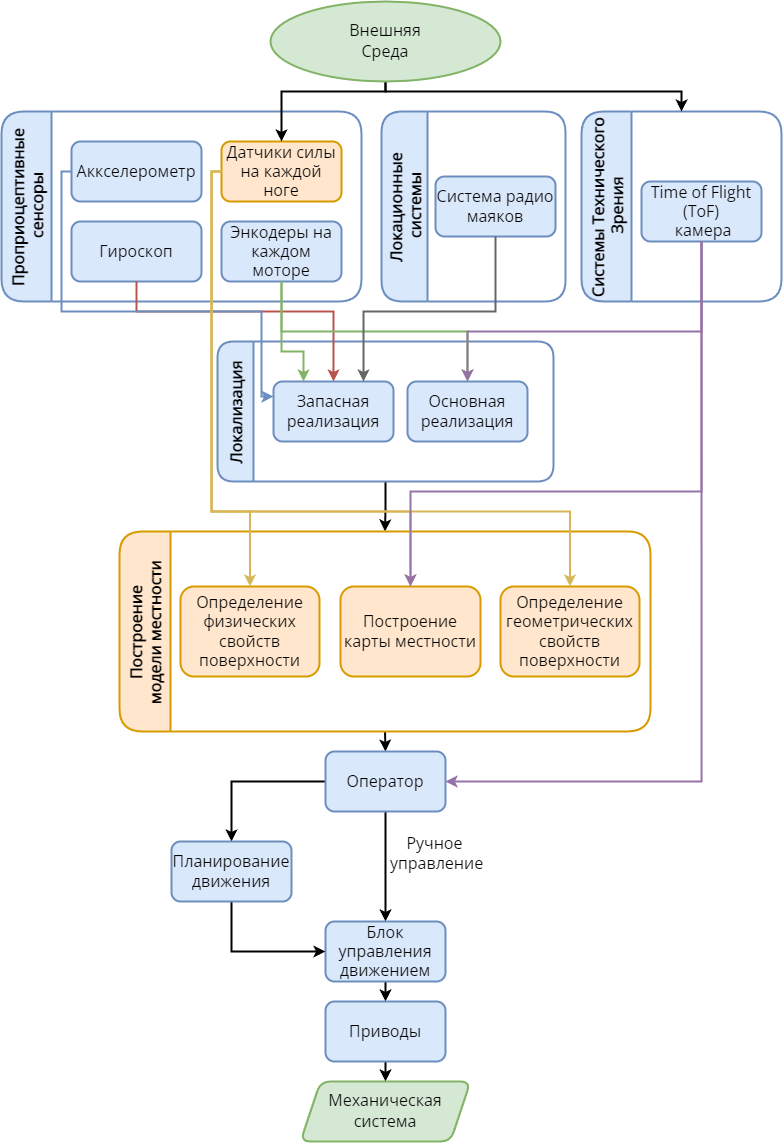
Above: images/main_diag.drawio.png in Lupasic/PhD-thesis-Tactile-sensing-method-development (draw.io), before the change. Source tidied: cells renumbered, new cells last; positions are measured from the earlier drawing's top-left corner, leaving out a move shared by most shapes.
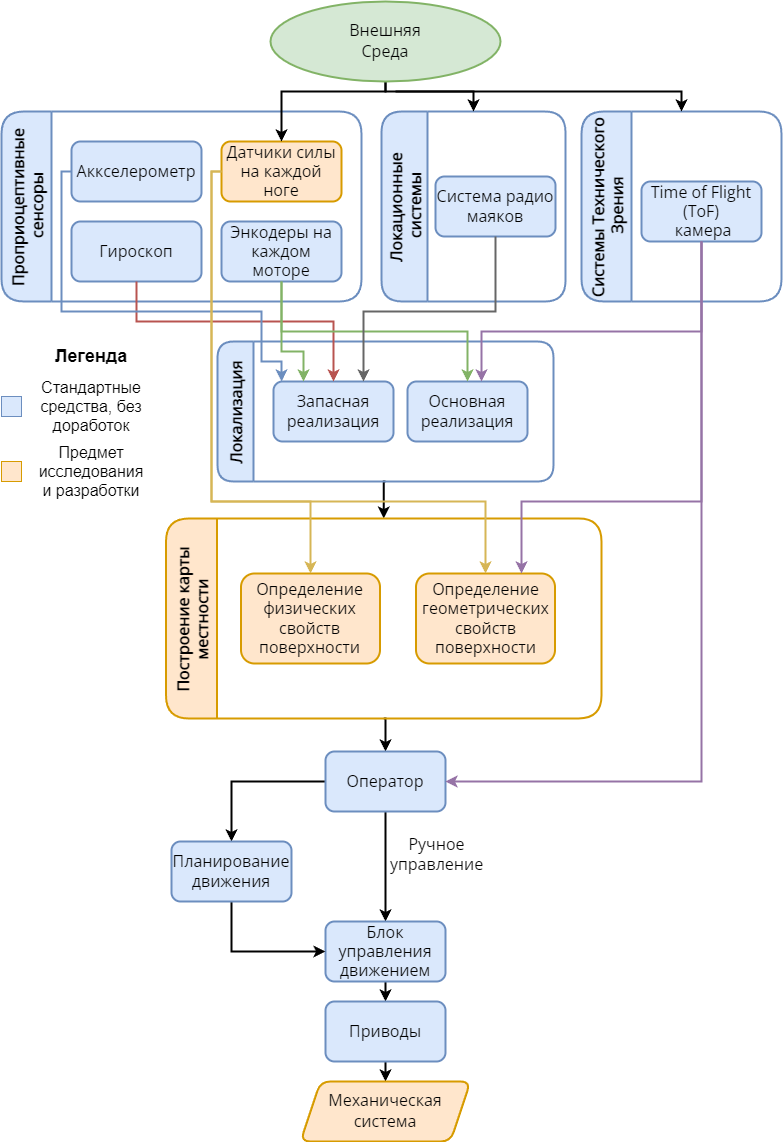
The same file after the commit.

Diff of the diagram source:
```diff
@@ -11,7 +11,7 @@
     <mxCell id="4" value="Аккселерометр" style="rounded=1;whiteSpace=wrap;html=1;strokeWidth=2;shadow=0;sketch=0;fontFamily=Open Sans;fontSource=https%3A%2F%2Ffonts.googleapis.com%2Fcss%3Ffamily%3DOpen%2BSans;fontSize=16;fillColor=#dae8fc;strokeColor=#6c8ebf;" parent="2" vertex="1">
       <mxGeometry x="70" y="30" width="130" height="60" as="geometry" />
     </mxCell>
-    <mxCell id="5" value="Гироскоп" style="rounded=1;whiteSpace=wrap;html=1;strokeWidth=2;shadow=0;sketch=0;fontFamily=Open Sans;fontSource=https%3A%2F%2Ffonts.googleapis.com%2Fcss%3Ffamily%3DOpen%2BSans;fontSize=16;fillColor=#dae8fc;strokeColor=#6c8ebf;" parent="2" vertex="1">
+    <mxCell id="5" value="Гироскоп" style="rounded=1;whiteSpace=wrap;html=1;strokeWidth=2;shadow=0;sketch=0;fontFamily=Open Sans;fontSource=https%3A%2F%2Ffonts.googleapis.com%2Fcss%3Ffamily%3DOpen%2BSans;fontSize=16;fillColor=#DAE8FC;strokeColor=#6C8EBF;" parent="2" vertex="1">
       <mxGeometry x="70" y="110" width="130" height="60" as="geometry" />
     </mxCell>
     <mxCell id="6" value="Энкодеры на каждом моторе" style="rounded=1;whiteSpace=wrap;html=1;strokeWidth=2;shadow=0;sketch=0;fontFamily=Open Sans;fontSource=https%3A%2F%2Ffonts.googleapis.com%2Fcss%3Ffamily%3DOpen%2BSans;fontSize=16;fillColor=#dae8fc;strokeColor=#6c8ebf;" parent="2" vertex="1">
@@ -44,17 +44,14 @@
     <mxCell id="15" style="edgeStyle=orthogonalEdgeStyle;rounded=0;jettySize=auto;html=1;exitX=0.5;exitY=1;exitDx=0;exitDy=0;entryX=0.5;entryY=0;entryDx=0;entryDy=0;fontFamily=Garamond;fontSize=16;strokeWidth=2;" parent="1" edge="1" source="16" target="23">
       <mxGeometry relative="1" as="geometry" />
     </mxCell>
-    <mxCell id="16" value="Построение &#10;модели местности" style="swimlane;horizontal=0;strokeWidth=2;rounded=1;shadow=0;sketch=0;fontFamily=Open Sans;fontSource=https%3A%2F%2Ffonts.googleapis.com%2Fcss%3Ffamily%3DOpen%2BSans;fontSize=16;startSize=51;fillColor=#ffe6cc;strokeColor=#d79b00;" parent="1" vertex="1">
-      <mxGeometry x="118" y="530" width="531" height="200" as="geometry" />
+    <mxCell id="16" value="Построение карты&#10;местности" style="swimlane;horizontal=0;strokeWidth=2;rounded=1;shadow=0;sketch=0;fontFamily=Open Sans;fontSource=https%3A%2F%2Ffonts.googleapis.com%2Fcss%3Ffamily%3DOpen%2BSans;fontSize=16;startSize=51;fillColor=#ffe6cc;strokeColor=#d79b00;" parent="1" vertex="1">
+      <mxGeometry x="164.5" y="517" width="435.5" height="200" as="geometry" />
     </mxCell>
-    <mxCell id="17" value="Построение карты местности" style="rounded=1;whiteSpace=wrap;html=1;strokeWidth=2;shadow=0;sketch=0;fontFamily=Open Sans;fontSource=https%3A%2F%2Ffonts.googleapis.com%2Fcss%3Ffamily%3DOpen%2BSans;fontSize=16;fillColor=#ffe6cc;strokeColor=#d79b00;" parent="16" vertex="1">
-      <mxGeometry x="221" y="55" width="140" height="90" as="geometry" />
-    </mxCell>
     <mxCell id="18" value="Определение геометрических свойств поверхности" style="rounded=1;whiteSpace=wrap;html=1;strokeWidth=2;shadow=0;sketch=0;fontFamily=Open Sans;fontSource=https%3A%2F%2Ffonts.googleapis.com%2Fcss%3Ffamily%3DOpen%2BSans;fontSize=16;fillColor=#ffe6cc;strokeColor=#d79b00;" parent="16" vertex="1">
-      <mxGeometry x="381" y="55" width="139" height="90" as="geometry" />
+      <mxGeometry x="250" y="55" width="139" height="90" as="geometry" />
     </mxCell>
-    <mxCell id="19" value="Определение физических свойств поверхности" style="rounded=1;whiteSpace=wrap;html=1;strokeWidth=2;shadow=0;sketch=0;fontFamily=Open Sans;fontSource=https%3A%2F%2Ffonts.googleapis.com%2Fcss%3Ffamily%3DOpen%2BSans;fontSize=16;fillColor=#ffe6cc;strokeColor=#d79b00;" parent="16" vertex="1">
-      <mxGeometry x="61" y="55" width="139" height="90" as="geometry" />
+    <mxCell id="19" value="Определение физических свойств поверхности" style="rounded=1;whiteSpace=wrap;html=1;strokeWidth=2;shadow=0;sketch=0;fontFamily=Open Sans;fontSource=https%3A%2F%2Ffonts.googleapis.com%2Fcss%3Ffamily%3DOpen%2BSans;fontSize=16;fillColor=#FFE6CC;strokeColor=#D79B00;" parent="16" vertex="1">
+      <mxGeometry x="75" y="55" width="139" height="90" as="geometry" />
     </mxCell>
     <mxCell id="20" style="edgeStyle=orthogonalEdgeStyle;rounded=0;jettySize=auto;html=1;exitX=0.5;exitY=1;exitDx=0;exitDy=0;fontFamily=Garamond;fontSize=16;strokeWidth=2;" parent="1" edge="1" source="23" target="25">
       <mxGeometry relative="1" as="geometry" />
@@ -107,24 +104,25 @@
     <mxCell id="32" value="&lt;span style=&quot;font-family: &amp;quot;Open Sans&amp;quot;;&quot;&gt;Внешняя&lt;/span&gt;&lt;br style=&quot;font-family: &amp;quot;Open Sans&amp;quot;;&quot;&gt;&lt;span style=&quot;font-family: &amp;quot;Open Sans&amp;quot;;&quot;&gt;Среда&lt;/span&gt;" style="ellipse;whiteSpace=wrap;html=1;rounded=1;shadow=0;sketch=0;fontFamily=Garamond;fontSize=16;strokeWidth=2;fillColor=#d5e8d4;strokeColor=#82b366;" parent="1" vertex="1">
       <mxGeometry x="269" width="230" height="80" as="geometry" />
     </mxCell>
-    <mxCell id="33" value="&lt;span style=&quot;font-family: &amp;quot;Open Sans&amp;quot;;&quot;&gt;Механическая система&lt;/span&gt;" style="shape=parallelogram;perimeter=parallelogramPerimeter;whiteSpace=wrap;html=1;fixedSize=1;rounded=1;shadow=0;sketch=0;fontFamily=Garamond;fontSize=16;strokeWidth=2;fillColor=#d5e8d4;strokeColor=#82b366;" parent="1" vertex="1">
+    <mxCell id="33" value="&lt;span style=&quot;font-family: &amp;quot;Open Sans&amp;quot;;&quot;&gt;Механическая система&lt;/span&gt;" style="shape=parallelogram;perimeter=parallelogramPerimeter;whiteSpace=wrap;html=1;fixedSize=1;rounded=1;shadow=0;sketch=0;fontFamily=Garamond;fontSize=16;strokeWidth=2;fillColor=#FFE6CC;strokeColor=#D79B00;" parent="1" vertex="1">
       <mxGeometry x="299" y="1080" width="170" height="60" as="geometry" />
     </mxCell>
     <mxCell id="34" style="edgeStyle=orthogonalEdgeStyle;rounded=0;jettySize=auto;html=1;exitX=0.5;exitY=1;exitDx=0;exitDy=0;entryX=0.5;entryY=0;entryDx=0;entryDy=0;fontFamily=Garamond;fontSize=16;strokeWidth=2;fillColor=#f8cecc;strokeColor=#b85450;" parent="1" edge="1" source="5" target="13">
       <mxGeometry relative="1" as="geometry">
         <Array as="points">
-          <mxPoint x="135" y="310" />
-          <mxPoint x="332" y="310" />
+          <mxPoint x="135" y="320" />
+          <mxPoint x="332" y="320" />
         </Array>
       </mxGeometry>
     </mxCell>
-    <mxCell id="35" style="edgeStyle=orthogonalEdgeStyle;rounded=0;jettySize=auto;html=1;exitX=0;exitY=0.5;exitDx=0;exitDy=0;entryX=0;entryY=0.25;entryDx=0;entryDy=0;fontFamily=Garamond;fontSize=16;strokeWidth=2;fillColor=#dae8fc;strokeColor=#6c8ebf;" parent="1" edge="1" source="4" target="13">
+    <mxCell id="35" style="edgeStyle=orthogonalEdgeStyle;rounded=0;jettySize=auto;html=1;exitX=0;exitY=0.5;exitDx=0;exitDy=0;entryX=0.067;entryY=0;entryDx=0;entryDy=0;fontFamily=Garamond;fontSize=16;strokeWidth=2;fillColor=#dae8fc;strokeColor=#6c8ebf;entryPerimeter=0;" parent="1" edge="1" source="4" target="13">
       <mxGeometry relative="1" as="geometry">
         <Array as="points">
           <mxPoint x="60" y="170" />
           <mxPoint x="60" y="310" />
           <mxPoint x="260" y="310" />
-          <mxPoint x="260" y="395" />
+          <mxPoint x="260" y="360" />
+          <mxPoint x="280" y="360" />
         </Array>
       </mxGeometry>
     </mxCell>
@@ -139,11 +137,13 @@
     <mxCell id="37" style="edgeStyle=orthogonalEdgeStyle;rounded=0;jettySize=auto;html=1;exitX=0.5;exitY=1;exitDx=0;exitDy=0;fontFamily=Garamond;fontSize=16;strokeWidth=2;fillColor=#d5e8d4;strokeColor=#82b366;" parent="1" edge="1" source="6" target="14">
       <mxGeometry relative="1" as="geometry" />
     </mxCell>
-    <mxCell id="38" style="edgeStyle=orthogonalEdgeStyle;rounded=0;jettySize=auto;html=1;exitX=0.5;exitY=1;exitDx=0;exitDy=0;entryX=0.5;entryY=0;entryDx=0;entryDy=0;fontFamily=Garamond;fontSize=16;strokeWidth=2;fillColor=#e1d5e7;strokeColor=#9673a6;" parent="1" edge="1" source="10" target="14">
+    <mxCell id="38" style="edgeStyle=orthogonalEdgeStyle;rounded=0;jettySize=auto;html=1;exitX=0.5;exitY=1;exitDx=0;exitDy=0;fontFamily=Garamond;fontSize=16;strokeWidth=2;fillColor=#e1d5e7;strokeColor=#9673a6;" parent="1" edge="1" source="10">
       <mxGeometry relative="1" as="geometry">
+        <mxPoint x="480" y="380" as="targetPoint" />
         <Array as="points">
           <mxPoint x="700" y="330" />
-          <mxPoint x="466" y="330" />
+          <mxPoint x="480" y="330" />
+          <mxPoint x="480" y="380" />
         </Array>
       </mxGeometry>
     </mxCell>
@@ -159,39 +159,55 @@
       <mxGeometry relative="1" as="geometry">
         <Array as="points">
           <mxPoint x="210" y="170" />
-          <mxPoint x="210" y="510" />
-          <mxPoint x="569" y="510" />
+          <mxPoint x="210" y="500" />
+          <mxPoint x="484" y="500" />
         </Array>
       </mxGeometry>
     </mxCell>
-    <mxCell id="41" style="edgeStyle=orthogonalEdgeStyle;rounded=0;jettySize=auto;html=1;exitX=0;exitY=0.5;exitDx=0;exitDy=0;entryX=0.5;entryY=0;entryDx=0;entryDy=0;fontFamily=Garamond;fontSize=16;strokeWidth=2;fillColor=#fff2cc;strokeColor=#d6b656;" parent="1" edge="1" source="3" target="17">
-      <mxGeometry relative="1" as="geometry">
-        <Array as="points">
-          <mxPoint x="210" y="170" />
-          <mxPoint x="210" y="510" />
-          <mxPoint x="409" y="510" />
-        </Array>
-      </mxGeometry>
-    </mxCell>
     <mxCell id="42" style="edgeStyle=orthogonalEdgeStyle;rounded=0;jettySize=auto;html=1;exitX=0;exitY=0.5;exitDx=0;exitDy=0;entryX=0.5;entryY=0;entryDx=0;entryDy=0;fontFamily=Garamond;fontSize=16;strokeWidth=2;fillColor=#fff2cc;strokeColor=#d6b656;" parent="1" edge="1" source="3" target="19">
       <mxGeometry relative="1" as="geometry">
         <Array as="points">
           <mxPoint x="210" y="170" />
-          <mxPoint x="210" y="510" />
-          <mxPoint x="249" y="510" />
+          <mxPoint x="210" y="500" />
+          <mxPoint x="309" y="500" />
         </Array>
       </mxGeometry>
     </mxCell>
-    <mxCell id="43" style="edgeStyle=orthogonalEdgeStyle;rounded=0;jettySize=auto;html=1;exitX=0.5;exitY=1;exitDx=0;exitDy=0;fontFamily=Garamond;fontSize=16;strokeWidth=2;fillColor=#e1d5e7;strokeColor=#9673a6;" parent="1" edge="1" source="10" target="17">
+    <mxCell id="43" style="edgeStyle=orthogonalEdgeStyle;rounded=0;jettySize=auto;html=1;exitX=0.5;exitY=1;exitDx=0;exitDy=0;fontFamily=Garamond;fontSize=16;strokeWidth=2;fillColor=#e1d5e7;strokeColor=#9673a6;" parent="1" edge="1" source="10">
       <mxGeometry relative="1" as="geometry">
+        <mxPoint x="520" y="572" as="targetPoint" />
         <Array as="points">
-          <mxPoint x="700" y="490" />
-          <mxPoint x="409" y="490" />
+          <mxPoint x="700" y="500" />
+          <mxPoint x="520" y="500" />
+          <mxPoint x="520" y="572" />
         </Array>
       </mxGeometry>
     </mxCell>
     <mxCell id="44" style="edgeStyle=orthogonalEdgeStyle;rounded=0;jettySize=auto;html=1;exitX=0.5;exitY=1;exitDx=0;exitDy=0;entryX=1;entryY=0.5;entryDx=0;entryDy=0;fontFamily=Garamond;fontSize=16;strokeWidth=2;fillColor=#e1d5e7;strokeColor=#9673a6;" parent="1" edge="1" source="10" target="23">
       <mxGeometry relative="1" as="geometry" />
     </mxCell>
+    <mxCell id="45" style="edgeStyle=orthogonalEdgeStyle;rounded=0;jettySize=auto;html=1;exitX=0.5;exitY=1;exitDx=0;exitDy=0;entryX=0.5;entryY=0;entryDx=0;entryDy=0;fontFamily=Garamond;fontSize=16;strokeWidth=2;" parent="1" edge="1" target="7">
+      <mxGeometry relative="1" as="geometry">
+        <mxPoint x="394" y="90" as="sourcePoint" />
+        <Array as="points">
+          <mxPoint x="472" y="90" />
+        </Array>
+      </mxGeometry>
+    </mxCell>
+    <mxCell id="46" value="&lt;b style=&quot;&quot;&gt;&lt;font style=&quot;font-size: 18px;&quot;&gt;Легенда&lt;/font&gt;&lt;/b&gt;" style="text;html=1;strokeColor=none;fillColor=none;align=center;verticalAlign=middle;whiteSpace=wrap;rounded=0;" parent="1" vertex="1">
+      <mxGeometry x="45" y="340" width="90" height="30" as="geometry" />
+    </mxCell>
+    <mxCell id="47" style="rounded=0;whiteSpace=wrap;html=1;strokeColor=#6C8EBF;fontSize=16;fillColor=#DAE8FC;" parent="1" vertex="1">
+      <mxGeometry y="395" width="20" height="20" as="geometry" />
+    </mxCell>
+    <mxCell id="48" style="rounded=0;whiteSpace=wrap;html=1;strokeColor=#D79B00;fontSize=16;fillColor=#FFE6CC;" parent="1" vertex="1">
+      <mxGeometry y="460" width="20" height="20" as="geometry" />
+    </mxCell>
+    <mxCell id="49" value="Стандартные средства, без доработок" style="text;html=1;strokeColor=none;fillColor=none;align=center;verticalAlign=middle;whiteSpace=wrap;rounded=0;fontSize=16;" parent="1" vertex="1">
+      <mxGeometry x="30" y="390" width="120" height="30" as="geometry" />
+    </mxCell>
+    <mxCell id="50" value="Предмет исследования и разработки" style="text;html=1;strokeColor=none;fillColor=none;align=center;verticalAlign=middle;whiteSpace=wrap;rounded=0;fontSize=16;" parent="1" vertex="1">
+      <mxGeometry x="30" y="455" width="120" height="30" as="geometry" />
+    </mxCell>
   </root>
 </mxGraphModel>
```
